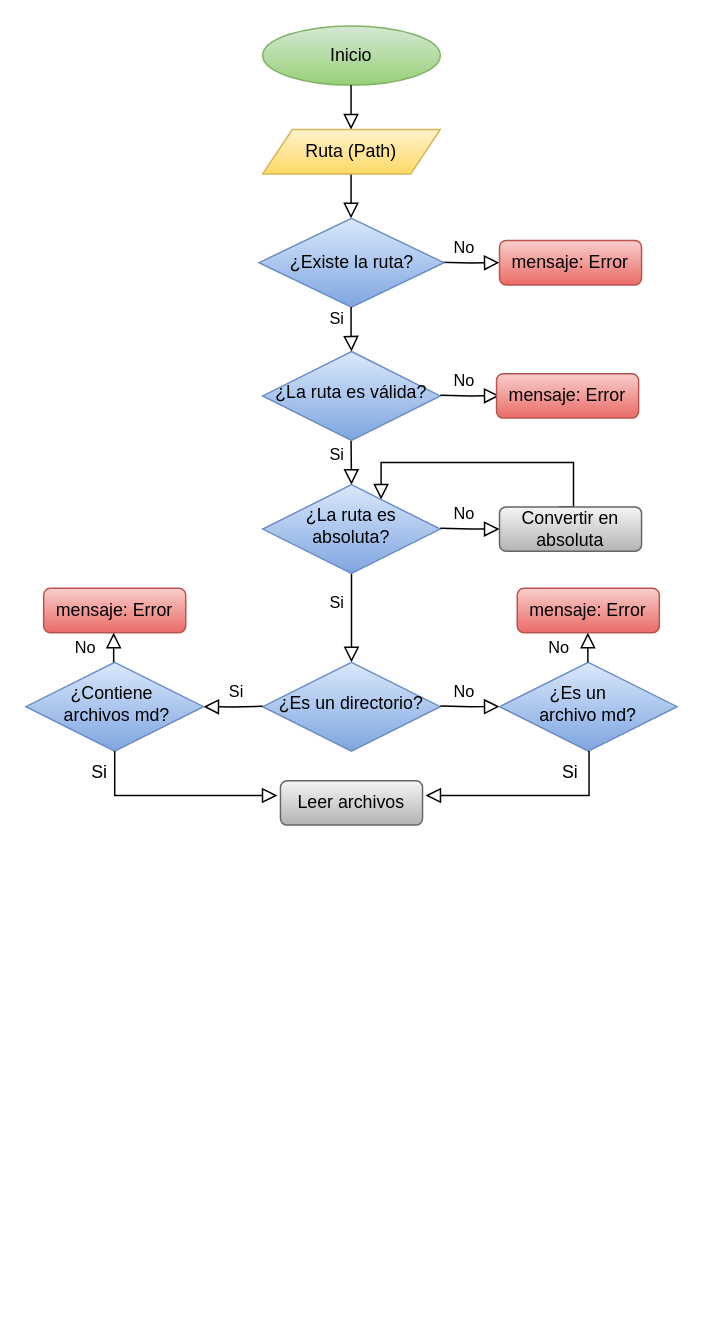
The draw.io diagram Diagrama sin título.drawio in GabrielaMolinaCartes/DEV007-md-links, before the edit. Source tidied: cells renumbered, new cells numbered last; positions are measured from the earlier drawing's top-left corner, leaving out a move shared by most shapes. Both pictures are drawn from the tidied source at 148%, with x=0, y=0 at pixel (25, 25).
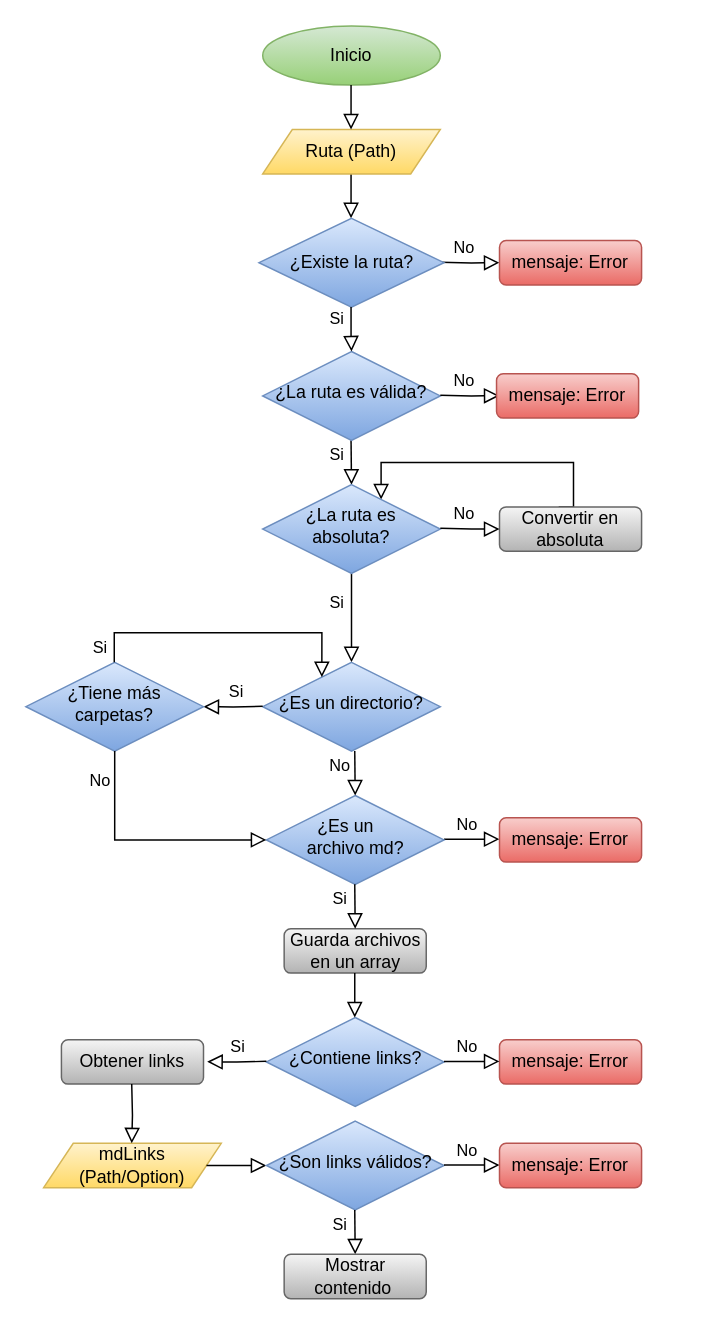
Above is the later version.

Commit message:
Actualizar Diagrama

Unchanged cells that the change refers to:
```xml
<mxCell id="19" value="¿Es un directorio?" style="rhombus;whiteSpace=wrap;html=1;shadow=0;fontFamily=Helvetica;fontSize=12;align=center;strokeWidth=1;spacing=6;spacingTop=-4;fillColor=#dae8fc;gradientColor=#7ea6e0;strokeColor=#6c8ebf;" parent="1" vertex="1">
  <mxGeometry x="160" y="430" width="120" height="60" as="geometry" />
</mxCell>
```

The edit, as a diff of the source:
```diff
@@
-    <mxCell id="20" value="No" style="edgeStyle=orthogonalEdgeStyle;rounded=0;html=1;jettySize=auto;orthogonalLoop=1;fontSize=11;endArrow=block;endFill=0;endSize=8;strokeWidth=1;shadow=0;labelBackgroundColor=none;" parent="1" edge="1">
+    <mxCell id="20" value="No" style="edgeStyle=orthogonalEdgeStyle;rounded=0;html=1;jettySize=auto;fontSize=11;endArrow=block;endFill=0;endSize=8;strokeWidth=1;shadow=0;labelBackgroundColor=none;entryX=0;entryY=0.5;entryDx=0;entryDy=0;" parent="1" edge="1" target="29">
       <mxGeometry x="-0.2" y="10" relative="1" as="geometry">
-        <mxPoint x="280" y="459.5" as="sourcePoint" />
-        <mxPoint x="320" y="459.9" as="targetPoint" />
+        <mxPoint x="282.5" y="549.5" as="sourcePoint" />
       </mxGeometry>
     </mxCell>
@@
     <mxCell id="22" value="&amp;nbsp; &amp;nbsp; &amp;nbsp;¿Es un&amp;nbsp; &amp;nbsp; &amp;nbsp; &amp;nbsp; &amp;nbsp; archivo md?" style="rhombus;whiteSpace=wrap;html=1;shadow=0;fontFamily=Helvetica;fontSize=12;align=center;strokeWidth=1;spacing=6;spacingTop=-4;fillColor=#dae8fc;gradientColor=#7ea6e0;strokeColor=#6c8ebf;" parent="1" vertex="1">
-      <mxGeometry x="320" y="430" width="120" height="60" as="geometry" />
+      <mxGeometry x="162.5" y="520" width="120" height="60" as="geometry" />
     </mxCell>
-    <mxCell id="23" value="&lt;div style=&quot;line-height: 120%;&quot;&gt;&lt;span style=&quot;background-color: initial;&quot;&gt;¿Contiene&amp;nbsp; &amp;nbsp;archivos md?&lt;/span&gt;&lt;/div&gt;" style="rhombus;whiteSpace=wrap;html=1;shadow=0;fontFamily=Helvetica;fontSize=12;align=center;strokeWidth=1;spacing=6;spacingTop=-4;fillColor=#dae8fc;gradientColor=#7ea6e0;strokeColor=#6c8ebf;" parent="1" vertex="1">
+    <mxCell id="23" value="&lt;div style=&quot;line-height: 120%;&quot;&gt;&lt;span style=&quot;background-color: initial;&quot;&gt;¿Tiene más carpetas?&lt;/span&gt;&lt;/div&gt;" style="rhombus;whiteSpace=wrap;html=1;shadow=0;fontFamily=Helvetica;fontSize=12;align=center;strokeWidth=1;spacing=6;spacingTop=-4;fillColor=#dae8fc;gradientColor=#7ea6e0;strokeColor=#6c8ebf;" parent="1" vertex="1">
       <mxGeometry y="430" width="120" height="60" as="geometry" />
     </mxCell>
-    <mxCell id="24" value="Leer archivos" style="rounded=1;whiteSpace=wrap;html=1;fontSize=12;glass=0;strokeWidth=1;shadow=0;fillColor=#f5f5f5;gradientColor=#b3b3b3;strokeColor=#666666;" parent="1" vertex="1">
-      <mxGeometry x="172" y="510" width="96" height="30" as="geometry" />
+    <mxCell id="24" value="Guarda archivos en un array" style="rounded=1;whiteSpace=wrap;html=1;fontSize=12;glass=0;strokeWidth=1;shadow=0;fillColor=#f5f5f5;gradientColor=#b3b3b3;strokeColor=#666666;" parent="1" vertex="1">
+      <mxGeometry x="174.5" y="610" width="96" height="30" as="geometry" />
     </mxCell>
-    <mxCell id="25" style="edgeStyle=orthogonalEdgeStyle;rounded=0;html=1;jettySize=auto;orthogonalLoop=1;fontSize=11;endArrow=block;endFill=0;endSize=8;strokeWidth=1;shadow=0;labelBackgroundColor=none;" parent="1" edge="1">
-      <mxGeometry x="0.33" y="-20" relative="1" as="geometry">
-        <mxPoint x="380.5" y="490" as="sourcePoint" />
-        <mxPoint x="270" y="520" as="targetPoint" />
-        <Array as="points">
-          <mxPoint x="381" y="520" />
-          <mxPoint x="381" y="550" />
-        </Array>
-      </mxGeometry>
-    </mxCell>
-    <mxCell id="26" style="edgeStyle=orthogonalEdgeStyle;rounded=0;html=1;jettySize=auto;fontSize=11;endArrow=block;endFill=0;endSize=8;strokeWidth=1;shadow=0;labelBackgroundColor=none;exitX=0.5;exitY=1;exitDx=0;exitDy=0;" parent="1" edge="1" source="23">
-      <mxGeometry x="0.33" y="-20" relative="1" as="geometry">
-        <mxPoint x="170" y="520" as="targetPoint" />
-        <Array as="points">
-          <mxPoint x="60" y="520" />
-        </Array>
-      </mxGeometry>
-    </mxCell>
-    <mxCell id="27" value="Si" style="text;strokeColor=none;align=center;fillColor=none;html=1;verticalAlign=middle;whiteSpace=wrap;rounded=0;" parent="1" vertex="1">
-      <mxGeometry x="40" y="500" width="20" height="10" as="geometry" />
-    </mxCell>
-    <mxCell id="28" value="Si" style="text;strokeColor=none;align=center;fillColor=none;html=1;verticalAlign=middle;whiteSpace=wrap;rounded=0;" parent="1" vertex="1">
-      <mxGeometry x="358" y="500" width="20" height="10" as="geometry" />
-    </mxCell>
     <mxCell id="29" value="mensaje: Error" style="rounded=1;whiteSpace=wrap;html=1;fontSize=12;glass=0;strokeWidth=1;shadow=0;fillColor=#f8cecc;strokeColor=#b85450;gradientColor=#ea6b66;" parent="1" vertex="1">
-      <mxGeometry x="332" y="380" width="96" height="30" as="geometry" />
+      <mxGeometry x="320" y="535" width="96" height="30" as="geometry" />
     </mxCell>
-    <mxCell id="30" value="mensaje: Error" style="rounded=1;whiteSpace=wrap;html=1;fontSize=12;glass=0;strokeWidth=1;shadow=0;fillColor=#f8cecc;strokeColor=#b85450;gradientColor=#ea6b66;" parent="1" vertex="1">
-      <mxGeometry x="12" y="380" width="96" height="30" as="geometry" />
-    </mxCell>
-    <mxCell id="31" value="No" style="rounded=0;html=1;jettySize=auto;orthogonalLoop=1;fontSize=11;endArrow=block;endFill=0;endSize=8;strokeWidth=1;shadow=0;labelBackgroundColor=none;edgeStyle=orthogonalEdgeStyle;" parent="1" edge="1">
-      <mxGeometry y="19" relative="1" as="geometry">
-        <mxPoint x="59.3" y="430" as="sourcePoint" />
-        <mxPoint x="59.3" y="410" as="targetPoint" />
+    <mxCell id="31" value="Si" style="rounded=0;html=1;jettySize=auto;fontSize=11;endArrow=block;endFill=0;endSize=8;strokeWidth=1;shadow=0;labelBackgroundColor=none;edgeStyle=orthogonalEdgeStyle;entryX=0.333;entryY=0.167;entryDx=0;entryDy=0;entryPerimeter=0;" parent="1" edge="1" target="19">
+      <mxGeometry x="-0.9" y="10" relative="1" as="geometry">
+        <mxPoint x="59.7" y="430" as="sourcePoint" />
+        <Array as="points">
+          <mxPoint x="60" y="410" />
+          <mxPoint x="200" y="410" />
+        </Array>
       </mxGeometry>
     </mxCell>
     <mxCell id="32" value="No" style="rounded=0;html=1;jettySize=auto;orthogonalLoop=1;fontSize=11;endArrow=block;endFill=0;endSize=8;strokeWidth=1;shadow=0;labelBackgroundColor=none;edgeStyle=orthogonalEdgeStyle;" parent="1" edge="1">
-      <mxGeometry y="20" relative="1" as="geometry">
-        <mxPoint x="379.7" y="430" as="sourcePoint" />
-        <mxPoint x="379.7" y="410" as="targetPoint" />
+      <mxGeometry x="-0.34" y="-10" relative="1" as="geometry">
+        <mxPoint x="222.2" y="490" as="sourcePoint" />
+        <mxPoint x="222.5" y="520" as="targetPoint" />
       </mxGeometry>
     </mxCell>
+    <mxCell id="33" value="No" style="edgeStyle=orthogonalEdgeStyle;rounded=0;html=1;jettySize=auto;fontSize=11;endArrow=block;endFill=0;endSize=8;strokeWidth=1;shadow=0;labelBackgroundColor=none;entryX=0;entryY=0.5;entryDx=0;entryDy=0;exitX=0.5;exitY=1;exitDx=0;exitDy=0;" parent="1" edge="1" source="23" target="22">
+      <mxGeometry x="-0.75" y="-10" relative="1" as="geometry" />
+    </mxCell>
+    <mxCell id="34" value="Si" style="rounded=0;html=1;jettySize=auto;orthogonalLoop=1;fontSize=11;endArrow=block;endFill=0;endSize=8;strokeWidth=1;shadow=0;labelBackgroundColor=none;edgeStyle=orthogonalEdgeStyle;" parent="1" edge="1">
+      <mxGeometry x="-0.34" y="-10" relative="1" as="geometry">
+        <mxPoint x="222.2" y="580" as="sourcePoint" />
+        <mxPoint x="222.5" y="610" as="targetPoint" />
+      </mxGeometry>
+    </mxCell>
+    <mxCell id="35" value="¿Contiene links?" style="rhombus;whiteSpace=wrap;html=1;shadow=0;fontFamily=Helvetica;fontSize=12;align=center;strokeWidth=1;spacing=6;spacingTop=-4;fillColor=#dae8fc;gradientColor=#7ea6e0;strokeColor=#6c8ebf;" parent="1" vertex="1">
+      <mxGeometry x="162.5" y="670" width="120" height="60" as="geometry" />
+    </mxCell>
+    <mxCell id="36" style="rounded=0;html=1;jettySize=auto;orthogonalLoop=1;fontSize=11;endArrow=block;endFill=0;endSize=8;strokeWidth=1;shadow=0;labelBackgroundColor=none;edgeStyle=orthogonalEdgeStyle;" parent="1" edge="1">
+      <mxGeometry relative="1" as="geometry">
+        <mxPoint x="222.2" y="640" as="sourcePoint" />
+        <mxPoint x="222.2" y="670" as="targetPoint" />
+      </mxGeometry>
+    </mxCell>
+    <mxCell id="37" value="mensaje: Error" style="rounded=1;whiteSpace=wrap;html=1;fontSize=12;glass=0;strokeWidth=1;shadow=0;fillColor=#f8cecc;strokeColor=#b85450;gradientColor=#ea6b66;" parent="1" vertex="1">
+      <mxGeometry x="320" y="685" width="96" height="30" as="geometry" />
+    </mxCell>
+    <mxCell id="38" value="No" style="edgeStyle=orthogonalEdgeStyle;rounded=0;html=1;jettySize=auto;orthogonalLoop=1;fontSize=11;endArrow=block;endFill=0;endSize=8;strokeWidth=1;shadow=0;labelBackgroundColor=none;entryX=0;entryY=0.5;entryDx=0;entryDy=0;" parent="1" edge="1">
+      <mxGeometry x="-0.2" y="10" relative="1" as="geometry">
+        <mxPoint x="282.5" y="699.7" as="sourcePoint" />
+        <mxPoint x="320" y="700.1" as="targetPoint" />
+      </mxGeometry>
+    </mxCell>
+    <mxCell id="39" value="Si" style="edgeStyle=orthogonalEdgeStyle;rounded=0;html=1;jettySize=auto;orthogonalLoop=1;fontSize=11;endArrow=block;endFill=0;endSize=8;strokeWidth=1;shadow=0;labelBackgroundColor=none;entryX=1;entryY=0.5;entryDx=0;entryDy=0;" parent="1" edge="1">
+      <mxGeometry x="-0.08" y="-10" relative="1" as="geometry">
+        <mxPoint x="162.5" y="699.6" as="sourcePoint" />
+        <mxPoint x="122.5" y="699.9" as="targetPoint" />
+      </mxGeometry>
+    </mxCell>
+    <mxCell id="40" value="Obtener links" style="rounded=1;whiteSpace=wrap;html=1;fontSize=12;glass=0;strokeWidth=1;shadow=0;fillColor=#f5f5f5;gradientColor=#b3b3b3;strokeColor=#666666;" parent="1" vertex="1">
+      <mxGeometry x="24" y="685" width="96" height="30" as="geometry" />
+    </mxCell>
+    <mxCell id="41" value="mdLinks (Path/Option)" style="shape=parallelogram;perimeter=parallelogramPerimeter;whiteSpace=wrap;html=1;fixedSize=1;fillColor=#fff2cc;gradientColor=#ffd966;strokeColor=#d6b656;" parent="1" vertex="1">
+      <mxGeometry x="12" y="755" width="120" height="30" as="geometry" />
+    </mxCell>
+    <mxCell id="42" style="rounded=0;html=1;jettySize=auto;fontSize=11;endArrow=block;endFill=0;endSize=8;strokeWidth=1;shadow=0;labelBackgroundColor=none;edgeStyle=orthogonalEdgeStyle;entryX=0.496;entryY=0;entryDx=0;entryDy=0;entryPerimeter=0;" parent="1" edge="1" target="41">
+      <mxGeometry relative="1" as="geometry">
+        <mxPoint x="71.5" y="715" as="sourcePoint" />
+      </mxGeometry>
+    </mxCell>
+    <mxCell id="43" style="rounded=0;html=1;jettySize=auto;fontSize=11;endArrow=block;endFill=0;endSize=8;strokeWidth=1;shadow=0;labelBackgroundColor=none;edgeStyle=orthogonalEdgeStyle;entryX=0;entryY=0.5;entryDx=0;entryDy=0;" parent="1" edge="1" source="41" target="44">
+      <mxGeometry relative="1" as="geometry" />
+    </mxCell>
+    <mxCell id="44" value="¿Son links válidos?" style="rhombus;whiteSpace=wrap;html=1;shadow=0;fontFamily=Helvetica;fontSize=12;align=center;strokeWidth=1;spacing=6;spacingTop=-4;fillColor=#dae8fc;gradientColor=#7ea6e0;strokeColor=#6c8ebf;" parent="1" vertex="1">
+      <mxGeometry x="162.5" y="740" width="120" height="60" as="geometry" />
+    </mxCell>
+    <mxCell id="45" value="No" style="edgeStyle=orthogonalEdgeStyle;rounded=0;html=1;jettySize=auto;orthogonalLoop=1;fontSize=11;endArrow=block;endFill=0;endSize=8;strokeWidth=1;shadow=0;labelBackgroundColor=none;entryX=0;entryY=0.5;entryDx=0;entryDy=0;" parent="1" edge="1">
+      <mxGeometry x="-0.2" y="10" relative="1" as="geometry">
+        <mxPoint x="282.5" y="769.7" as="sourcePoint" />
+        <mxPoint x="320" y="770.1" as="targetPoint" />
+      </mxGeometry>
+    </mxCell>
+    <mxCell id="46" value="mensaje: Error" style="rounded=1;whiteSpace=wrap;html=1;fontSize=12;glass=0;strokeWidth=1;shadow=0;fillColor=#f8cecc;strokeColor=#b85450;gradientColor=#ea6b66;" parent="1" vertex="1">
+      <mxGeometry x="320" y="755" width="96" height="30" as="geometry" />
+    </mxCell>
+    <mxCell id="47" value="Si" style="rounded=0;html=1;jettySize=auto;orthogonalLoop=1;fontSize=11;endArrow=block;endFill=0;endSize=8;strokeWidth=1;shadow=0;labelBackgroundColor=none;edgeStyle=orthogonalEdgeStyle;" parent="1" edge="1">
+      <mxGeometry x="-0.34" y="-10" relative="1" as="geometry">
+        <mxPoint x="222.2" y="800" as="sourcePoint" />
+        <mxPoint x="222.5" y="830" as="targetPoint" />
+      </mxGeometry>
+    </mxCell>
+    <mxCell id="48" value="Mostrar contenido&amp;nbsp;" style="rounded=1;whiteSpace=wrap;html=1;fontSize=12;glass=0;strokeWidth=1;shadow=0;fillColor=#f5f5f5;gradientColor=#b3b3b3;strokeColor=#666666;" parent="1" vertex="1">
+      <mxGeometry x="174.5" y="830" width="96" height="30" as="geometry" />
+    </mxCell>
```
